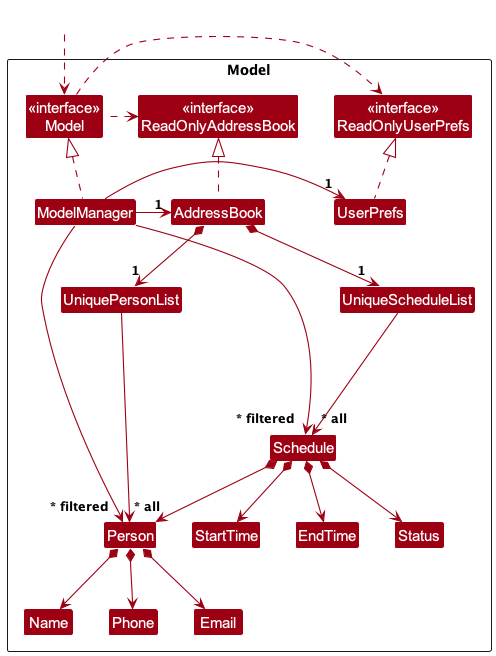
Before: docs/images/ModelClassDiagram.png, a diagram exported from PlantUML (nus-cs2103-AY2324S1/tp).
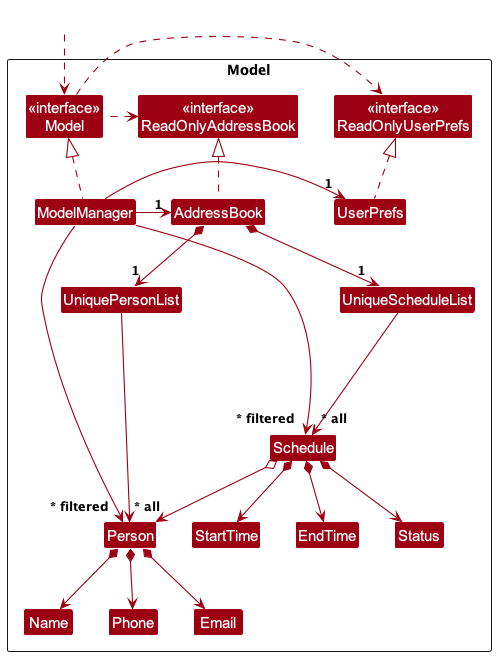
Above is the later version.

Commit message:
Update dependency to aggregation between Schedule and Person

Diff of the diagram source:
```diff
@@ -46,7 +46,7 @@
 Person *--> Email
 AddressBook *--> "1" UniqueScheduleList
 UniqueScheduleList --> "~* all" Schedule
-Schedule *--> Person
+Schedule o--> Person
 Schedule *--> StartTime
 Schedule *--> EndTime
 Schedule *--> Status
```
